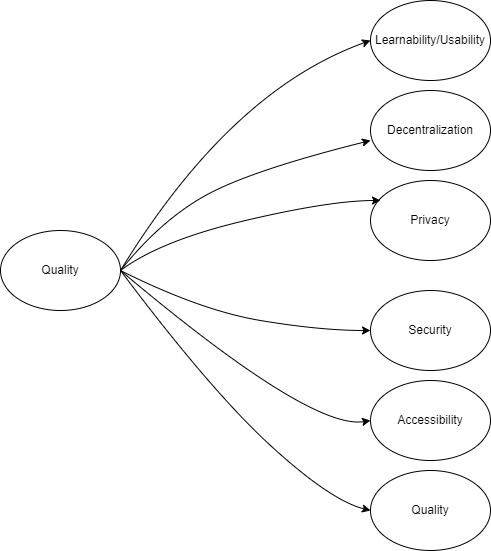
The draw.io diagram docs/images/10_Oscar_QualityTree.png in Arquisoft/dede_en3b, before a commit. Source tidied: cells renumbered, new cells last; positions are measured from the earlier drawing's top-left corner, leaving out a move shared by most shapes.
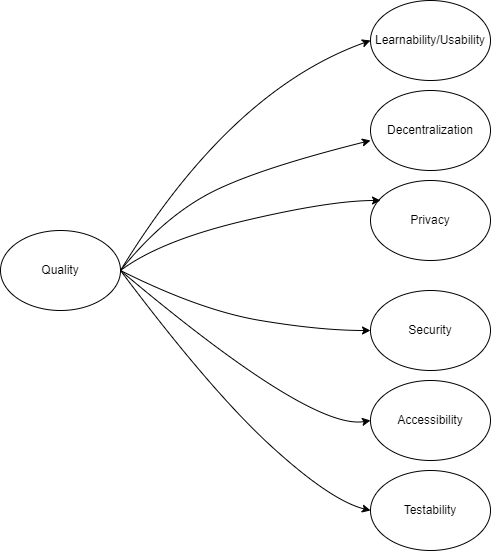
The same file after the commit.

The edit, as a diff of the source:
```diff
@@ -20,7 +20,7 @@
     <mxCell id="7" value="Accessibility" style="ellipse;whiteSpace=wrap;html=1;" parent="1" vertex="1">
       <mxGeometry x="370" y="380" width="120" height="80" as="geometry" />
     </mxCell>
-    <mxCell id="8" value="Quality" style="ellipse;whiteSpace=wrap;html=1;" parent="1" vertex="1">
+    <mxCell id="8" value="Testability" style="ellipse;whiteSpace=wrap;html=1;" parent="1" vertex="1">
       <mxGeometry x="370" y="470" width="120" height="80" as="geometry" />
     </mxCell>
     <mxCell id="9" style="curved=1;endArrow=classic;html=1;rounded=0;exitX=1;exitY=0.5;exitDx=0;exitDy=0;entryX=0;entryY=0.5;entryDx=0;entryDy=0;" parent="1" edge="1" source="2" target="8">
```
